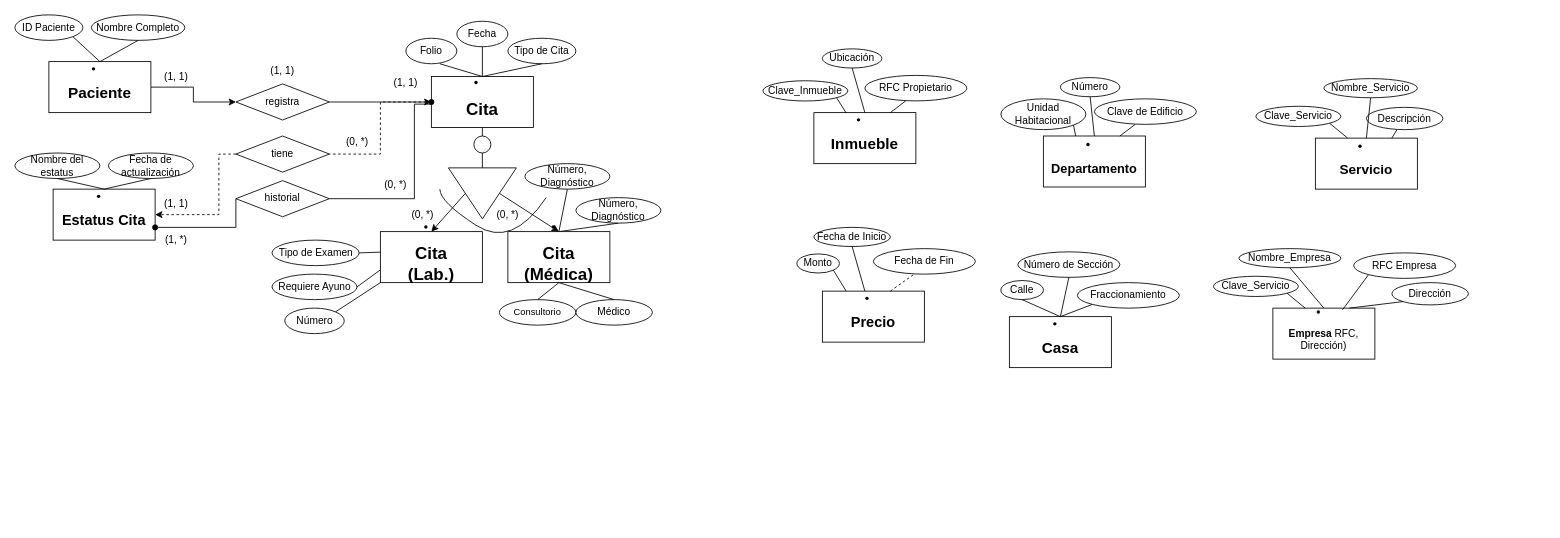
Above: Previo_P6.drawio in EstebanArellanesConde/Dise-os-E-R-Bases (draw.io), before the change. Source tidied: cells renumbered, new cells numbered last; positions are measured from the earlier drawing's top-left corner, leaving out a move shared by most shapes. Both pictures are drawn from the tidied source at 85%, with x=0, y=0 at pixel (14, 14).
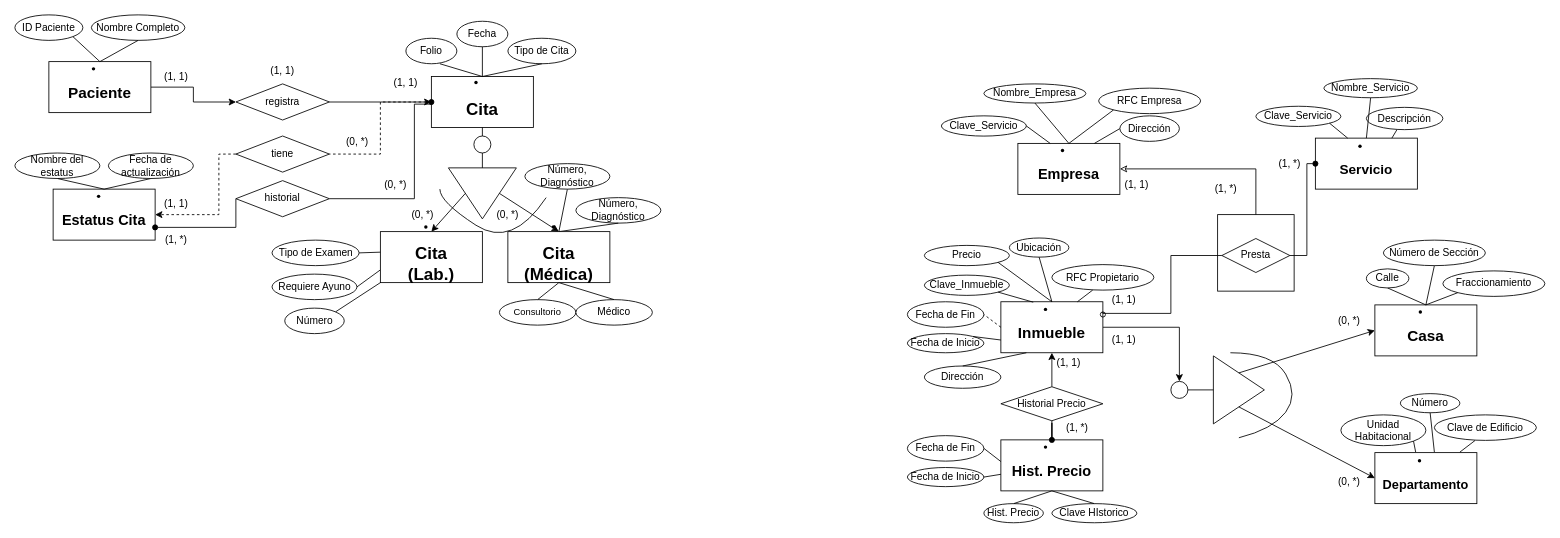
The same diagram, later.

Unchanged cells that the change refers to:
```xml
<mxCell id="64" value="&lt;li class=&quot;&quot;&gt;&lt;p class=&quot;&quot;&gt;&lt;font style=&quot;font-size: 16px;&quot;&gt;&lt;strong&gt;Servicio&lt;/strong&gt;&lt;/font&gt;&lt;/p&gt;&lt;/li&gt;" style="whiteSpace=wrap;html=1;" parent="1" vertex="1">
  <mxGeometry x="1530" y="145" width="120" height="60" as="geometry" />
</mxCell>
```

Change to the diagram source:
```diff
@@
+    <mxCell id="105" style="whiteSpace=wrap;html=1;" parent="1" vertex="1">
+      <mxGeometry x="1415" y="235" width="90" height="90" as="geometry" />
+    </mxCell>
@@
+    <mxCell id="106" style="edgeStyle=orthogonalEdgeStyle;rounded=0;jettySize=auto;html=1;" parent="1" edge="1" source="61" target="136">
+      <mxGeometry relative="1" as="geometry" />
+    </mxCell>
     <mxCell id="61" value="&lt;li class=&quot;&quot;&gt;&lt;p class=&quot;&quot;&gt;&lt;strong&gt;&lt;font style=&quot;font-size: 18px;&quot;&gt;Inmueble&lt;/font&gt;&lt;/strong&gt;&lt;/p&gt;&lt;/li&gt;" style="whiteSpace=wrap;html=1;" parent="1" vertex="1">
-      <mxGeometry x="940" y="115" width="120" height="60" as="geometry" />
+      <mxGeometry x="1160" y="337.5" width="120" height="60" as="geometry" />
     </mxCell>
     <mxCell id="62" value="&lt;li class=&quot;&quot;&gt;&lt;p class=&quot;&quot;&gt;&lt;font style=&quot;font-size: 18px;&quot;&gt;&lt;strong&gt;Casa&lt;/strong&gt;&lt;/font&gt;&lt;/p&gt;&lt;/li&gt;" style="whiteSpace=wrap;html=1;" parent="1" vertex="1">
-      <mxGeometry x="1170" y="355" width="120" height="60" as="geometry" />
+      <mxGeometry x="1600" y="341.2" width="120" height="60" as="geometry" />
     </mxCell>
-    <mxCell id="63" value="&lt;li class=&quot;&quot;&gt;&lt;p class=&quot;&quot;&gt;&lt;strong&gt;&lt;font style=&quot;font-size: 17px;&quot;&gt;Precio&lt;/font&gt;&lt;/strong&gt;&lt;/p&gt;&lt;/li&gt;" style="whiteSpace=wrap;html=1;" parent="1" vertex="1">
-      <mxGeometry x="950" y="325" width="120" height="60" as="geometry" />
+    <mxCell id="63" value="&lt;li class=&quot;&quot;&gt;&lt;p class=&quot;&quot;&gt;&lt;strong&gt;&lt;font style=&quot;font-size: 17px;&quot;&gt;Hist. Precio&lt;/font&gt;&lt;/strong&gt;&lt;/p&gt;&lt;/li&gt;" style="whiteSpace=wrap;html=1;" parent="1" vertex="1">
+      <mxGeometry x="1160" y="500" width="120" height="60" as="geometry" />
     </mxCell>
@@
     <mxCell id="65" value="&lt;li class=&quot;&quot;&gt;&lt;p class=&quot;&quot;&gt;&lt;font style=&quot;font-size: 15px;&quot;&gt;&lt;strong&gt;Departamento&lt;/strong&gt;&lt;/font&gt;&lt;/p&gt;&lt;/li&gt;" style="whiteSpace=wrap;html=1;" parent="1" vertex="1">
-      <mxGeometry x="1210" y="142.5" width="120" height="60" as="geometry" />
+      <mxGeometry x="1600" y="515" width="120" height="60" as="geometry" />
     </mxCell>
+    <mxCell id="107" style="edgeStyle=orthogonalEdgeStyle;rounded=0;jettySize=auto;html=1;startArrow=classic;startFill=0;endArrow=none;" parent="1" edge="1" source="66" target="105">
+      <mxGeometry relative="1" as="geometry" />
+    </mxCell>
-    <mxCell id="66" value="&lt;li class=&quot;&quot;&gt;&lt;p class=&quot;&quot;&gt;&lt;strong&gt;Empresa&lt;/strong&gt; RFC, Dirección)&lt;/p&gt;&lt;/li&gt;" style="whiteSpace=wrap;html=1;" parent="1" vertex="1">
-      <mxGeometry x="1480" y="345" width="120" height="60" as="geometry" />
+    <mxCell id="66" value="&lt;li class=&quot;&quot;&gt;&lt;p class=&quot;&quot;&gt;&lt;strong&gt;&lt;font style=&quot;font-size: 17px;&quot;&gt;Empresa&lt;/font&gt;&lt;/strong&gt;&lt;/p&gt;&lt;/li&gt;" style="whiteSpace=wrap;html=1;" parent="1" vertex="1">
+      <mxGeometry x="1180" y="151.2" width="120" height="60" as="geometry" />
     </mxCell>
     <mxCell id="67" value="Clave_Inmueble" style="ellipse;whiteSpace=wrap;html=1;" parent="1" vertex="1">
-      <mxGeometry x="880" y="77.5" width="100" height="23.8" as="geometry" />
+      <mxGeometry x="1070" y="306.2" width="100" height="23.8" as="geometry" />
     </mxCell>
     <mxCell id="68" value="Ubicación" style="ellipse;whiteSpace=wrap;html=1;" parent="1" vertex="1">
-      <mxGeometry x="950" y="40" width="70" height="22.5" as="geometry" />
+      <mxGeometry x="1170" y="262.5" width="70" height="22.5" as="geometry" />
     </mxCell>
     <mxCell id="69" value="RFC Propietario" style="ellipse;whiteSpace=wrap;html=1;" parent="1" vertex="1">
-      <mxGeometry x="1000" y="71.2" width="120" height="30" as="geometry" />
+      <mxGeometry x="1220" y="293.8" width="120" height="30" as="geometry" />
     </mxCell>
@@
     <mxCell id="73" value="Unidad Habitacional" style="ellipse;whiteSpace=wrap;html=1;" parent="1" vertex="1">
-      <mxGeometry x="1160" y="98.8" width="100" height="36.2" as="geometry" />
+      <mxGeometry x="1560" y="470.6" width="100" height="36.2" as="geometry" />
     </mxCell>
     <mxCell id="74" value="Número" style="ellipse;whiteSpace=wrap;html=1;" parent="1" vertex="1">
-      <mxGeometry x="1230" y="73.8" width="70" height="22.5" as="geometry" />
+      <mxGeometry x="1630" y="445.6" width="70" height="22.5" as="geometry" />
     </mxCell>
     <mxCell id="75" value="Clave de Edificio" style="ellipse;whiteSpace=wrap;html=1;" parent="1" vertex="1">
-      <mxGeometry x="1270" y="98.8" width="120" height="30" as="geometry" />
+      <mxGeometry x="1670" y="470.6" width="120" height="30" as="geometry" />
     </mxCell>
     <mxCell id="76" style="endArrow=none;html=1;rounded=0;entryX=0.4;entryY=1;entryDx=0;entryDy=0;entryPerimeter=0;exitX=0.75;exitY=0;exitDx=0;exitDy=0;" parent="1" edge="1" target="75">
       <mxGeometry relative="1" as="geometry">
-        <mxPoint x="1300" y="142.5" as="sourcePoint" />
+        <mxPoint x="1700" y="514.4" as="sourcePoint" />
       </mxGeometry>
     </mxCell>
     <mxCell id="77" style="endArrow=none;html=1;rounded=0;entryX=0.5;entryY=1;entryDx=0;entryDy=0;exitX=0.5;exitY=0;exitDx=0;exitDy=0;" parent="1" edge="1" target="74">
       <mxGeometry relative="1" as="geometry">
-        <mxPoint x="1270" y="142.5" as="sourcePoint" />
+        <mxPoint x="1670" y="514.4" as="sourcePoint" />
       </mxGeometry>
     </mxCell>
     <mxCell id="78" style="endArrow=none;html=1;rounded=0;entryX=1;entryY=1;entryDx=0;entryDy=0;exitX=0.317;exitY=0.008;exitDx=0;exitDy=0;exitPerimeter=0;" parent="1" edge="1" target="73">
       <mxGeometry relative="1" as="geometry">
-        <mxPoint x="1248" y="142.5" as="sourcePoint" />
+        <mxPoint x="1648" y="514.4" as="sourcePoint" />
       </mxGeometry>
     </mxCell>
-    <mxCell id="79" value="Monto" style="ellipse;whiteSpace=wrap;html=1;" parent="1" vertex="1">
-      <mxGeometry x="920" y="281.2" width="50" height="22.5" as="geometry" />
+    <mxCell id="79" value="Hist. Precio" style="ellipse;whiteSpace=wrap;html=1;" parent="1" vertex="1">
+      <mxGeometry x="1140" y="575" width="70" height="22.5" as="geometry" />
     </mxCell>
     <mxCell id="80" value="Fecha de Inicio" style="ellipse;whiteSpace=wrap;html=1;" parent="1" vertex="1">
-      <mxGeometry x="940" y="250" width="90" height="22.5" as="geometry" />
+      <mxGeometry x="1050" y="375" width="90" height="22.5" as="geometry" />
     </mxCell>
     <mxCell id="81" value="Fecha de Fin" style="ellipse;whiteSpace=wrap;html=1;" parent="1" vertex="1">
-      <mxGeometry x="1010" y="275" width="120" height="30" as="geometry" />
+      <mxGeometry x="1050" y="337.5" width="90" height="30" as="geometry" />
     </mxCell>
-    <mxCell id="82" style="endArrow=none;html=1;rounded=0;entryX=0.4;entryY=1;entryDx=0;entryDy=0;entryPerimeter=0;exitX=0.75;exitY=0;exitDx=0;exitDy=0;dashed=1;" parent="1" edge="1" target="81">
-      <mxGeometry relative="1" as="geometry">
-        <mxPoint x="1030" y="325" as="sourcePoint" />
-      </mxGeometry>
+    <mxCell id="82" style="endArrow=none;html=1;rounded=0;entryX=1;entryY=0.5;entryDx=0;entryDy=0;exitX=0;exitY=0.5;exitDx=0;exitDy=0;dashed=1;" parent="1" edge="1" source="61" target="81">
+      <mxGeometry relative="1" as="geometry" />
     </mxCell>
-    <mxCell id="83" style="endArrow=none;html=1;rounded=0;entryX=0.5;entryY=1;entryDx=0;entryDy=0;exitX=0.5;exitY=0;exitDx=0;exitDy=0;" parent="1" edge="1" target="80">
-      <mxGeometry relative="1" as="geometry">
-        <mxPoint x="1000" y="325" as="sourcePoint" />
-      </mxGeometry>
+    <mxCell id="83" style="endArrow=none;html=1;rounded=0;entryX=1;entryY=0;entryDx=0;entryDy=0;exitX=0;exitY=0.75;exitDx=0;exitDy=0;" parent="1" edge="1" source="61" target="80">
+      <mxGeometry relative="1" as="geometry" />
     </mxCell>
-    <mxCell id="84" style="endArrow=none;html=1;rounded=0;entryX=1;entryY=1;entryDx=0;entryDy=0;exitX=0.317;exitY=0.008;exitDx=0;exitDy=0;exitPerimeter=0;" parent="1" edge="1" target="79">
-      <mxGeometry relative="1" as="geometry">
-        <mxPoint x="978" y="325" as="sourcePoint" />
-      </mxGeometry>
+    <mxCell id="84" style="endArrow=none;html=1;rounded=0;entryX=0.5;entryY=0;entryDx=0;entryDy=0;exitX=0.5;exitY=1;exitDx=0;exitDy=0;" parent="1" edge="1" source="63" target="79">
+      <mxGeometry relative="1" as="geometry" />
     </mxCell>
     <mxCell id="85" value="Calle" style="ellipse;whiteSpace=wrap;html=1;" parent="1" vertex="1">
-      <mxGeometry x="1160" y="312.5" width="50" height="22.5" as="geometry" />
+      <mxGeometry x="1590" y="298.8" width="50" height="22.5" as="geometry" />
     </mxCell>
     <mxCell id="86" value="Número de Sección" style="ellipse;whiteSpace=wrap;html=1;" parent="1" vertex="1">
-      <mxGeometry x="1180" y="278.8" width="120" height="30" as="geometry" />
+      <mxGeometry x="1610" y="265" width="120" height="30" as="geometry" />
     </mxCell>
     <mxCell id="87" value="Fraccionamiento" style="ellipse;whiteSpace=wrap;html=1;" parent="1" vertex="1">
-      <mxGeometry x="1250" y="315" width="120" height="30" as="geometry" />
+      <mxGeometry x="1680" y="301.2" width="120" height="30" as="geometry" />
     </mxCell>
@@
     <mxCell id="97" value="Clave_Servicio" style="ellipse;whiteSpace=wrap;html=1;" parent="1" vertex="1">
-      <mxGeometry x="1410" y="307.5" width="100" height="23.8" as="geometry" />
+      <mxGeometry x="1090" y="118.8" width="100" height="23.8" as="geometry" />
     </mxCell>
     <mxCell id="98" value="&lt;div&gt;Nombre_Empresa&lt;/div&gt;" style="ellipse;whiteSpace=wrap;html=1;" parent="1" vertex="1">
-      <mxGeometry x="1440" y="275" width="120" height="22.5" as="geometry" />
+      <mxGeometry x="1140" y="81.2" width="120" height="22.5" as="geometry" />
     </mxCell>
     <mxCell id="99" value="Dirección" style="ellipse;whiteSpace=wrap;html=1;" parent="1" vertex="1">
-      <mxGeometry x="1620" y="315" width="90" height="26.2" as="geometry" />
+      <mxGeometry x="1070" y="413.1" width="90" height="26.2" as="geometry" />
     </mxCell>
-    <mxCell id="100" style="endArrow=none;html=1;rounded=0;entryX=0;entryY=1;entryDx=0;entryDy=0;exitX=0.75;exitY=0;exitDx=0;exitDy=0;" parent="1" edge="1" target="99">
+    <mxCell id="100" style="endArrow=none;html=1;rounded=0;exitX=0.75;exitY=0;exitDx=0;exitDy=0;entryX=0;entryY=0.5;entryDx=0;entryDy=0;" parent="1" edge="1" target="120">
       <mxGeometry relative="1" as="geometry">
-        <mxPoint x="1570" y="345" as="sourcePoint" />
+        <mxPoint x="1270" y="151.2" as="sourcePoint" />
       </mxGeometry>
     </mxCell>
     <mxCell id="101" style="endArrow=none;html=1;rounded=0;entryX=0.5;entryY=1;entryDx=0;entryDy=0;exitX=0.5;exitY=0;exitDx=0;exitDy=0;" parent="1" edge="1" target="98">
       <mxGeometry relative="1" as="geometry">
-        <mxPoint x="1540" y="345" as="sourcePoint" />
+        <mxPoint x="1240" y="151.2" as="sourcePoint" />
       </mxGeometry>
     </mxCell>
-    <mxCell id="102" style="endArrow=none;html=1;rounded=0;entryX=1;entryY=1;entryDx=0;entryDy=0;exitX=0.317;exitY=0.008;exitDx=0;exitDy=0;exitPerimeter=0;" parent="1" edge="1" target="97">
+    <mxCell id="102" style="endArrow=none;html=1;rounded=0;entryX=1;entryY=0.5;entryDx=0;entryDy=0;exitX=0.317;exitY=0.008;exitDx=0;exitDy=0;exitPerimeter=0;" parent="1" edge="1" target="97">
       <mxGeometry relative="1" as="geometry">
-        <mxPoint x="1518" y="345" as="sourcePoint" />
+        <mxPoint x="1218" y="151.2" as="sourcePoint" />
       </mxGeometry>
     </mxCell>
     <mxCell id="103" value="RFC Empresa" style="ellipse;whiteSpace=wrap;html=1;" parent="1" vertex="1">
-      <mxGeometry x="1575" y="280" width="120" height="30" as="geometry" />
+      <mxGeometry x="1275" y="86.2" width="120" height="30" as="geometry" />
     </mxCell>
-    <mxCell id="104" style="endArrow=none;html=1;rounded=0;entryX=0;entryY=1;entryDx=0;entryDy=0;exitX=0.683;exitY=0.033;exitDx=0;exitDy=0;exitPerimeter=0;" parent="1" edge="1" source="66" target="103">
+    <mxCell id="104" style="endArrow=none;html=1;rounded=0;entryX=0;entryY=1;entryDx=0;entryDy=0;exitX=0.5;exitY=0;exitDx=0;exitDy=0;" parent="1" edge="1" source="66" target="103">
       <mxGeometry relative="1" as="geometry" />
     </mxCell>
+    <mxCell id="108" style="edgeStyle=orthogonalEdgeStyle;rounded=0;jettySize=auto;html=1;exitX=0.5;exitY=0;exitDx=0;exitDy=0;entryX=0.5;entryY=1;entryDx=0;entryDy=0;" parent="1" edge="1" source="110" target="61">
+      <mxGeometry relative="1" as="geometry" />
+    </mxCell>
+    <mxCell id="109" style="edgeStyle=orthogonalEdgeStyle;rounded=0;jettySize=auto;html=1;exitX=0.5;exitY=1;exitDx=0;exitDy=0;endArrow=oval;startFill=0;startArrow=none;endFill=1;" parent="1" edge="1" source="110" target="63">
+      <mxGeometry relative="1" as="geometry" />
+    </mxCell>
+    <mxCell id="110" value="Historial Precio" style="rhombus;whiteSpace=wrap;html=1;" parent="1" vertex="1">
+      <mxGeometry x="1160" y="437.5" width="120" height="40" as="geometry" />
+    </mxCell>
+    <mxCell id="111" value="Precio" style="ellipse;whiteSpace=wrap;html=1;" parent="1" vertex="1">
+      <mxGeometry x="1070" y="271.2" width="100" height="23.8" as="geometry" />
+    </mxCell>
+    <mxCell id="112" style="endArrow=none;html=1;rounded=0;entryX=1;entryY=1;entryDx=0;entryDy=0;exitX=0.5;exitY=0;exitDx=0;exitDy=0;" parent="1" edge="1" source="61" target="111">
+      <mxGeometry relative="1" as="geometry" />
+    </mxCell>
+    <mxCell id="113" style="edgeStyle=orthogonalEdgeStyle;rounded=0;jettySize=auto;html=1;exitX=1;exitY=0.25;exitDx=0;exitDy=0;entryX=0;entryY=0.5;entryDx=0;entryDy=0;startArrow=oval;startFill=0;endArrow=none;" parent="1" edge="1" source="61" target="117">
+      <mxGeometry relative="1" as="geometry">
+        <Array as="points">
+          <mxPoint x="1280" y="351.2" />
+          <mxPoint x="1360" y="351.2" />
+          <mxPoint x="1360" y="283.2" />
+        </Array>
+      </mxGeometry>
+    </mxCell>
+    <mxCell id="114" value="(1, 1)" style="text;html=1;align=center;verticalAlign=middle;whiteSpace=wrap;rounded=0;" parent="1" vertex="1">
+      <mxGeometry x="1275" y="321.2" width="60" height="30" as="geometry" />
+    </mxCell>
+    <mxCell id="115" value="(1, *)" style="text;html=1;align=center;verticalAlign=middle;whiteSpace=wrap;rounded=0;" parent="1" vertex="1">
+      <mxGeometry x="1220" y="470.6" width="60" height="30" as="geometry" />
+    </mxCell>
+    <mxCell id="116" style="edgeStyle=orthogonalEdgeStyle;rounded=0;jettySize=auto;html=1;exitX=1;exitY=0.5;exitDx=0;exitDy=0;entryX=0;entryY=0.5;entryDx=0;entryDy=0;endArrow=oval;endFill=1;" parent="1" edge="1" source="117" target="64">
+      <mxGeometry relative="1" as="geometry">
+        <Array as="points">
+          <mxPoint x="1520" y="283" />
+          <mxPoint x="1520" y="175" />
+        </Array>
+      </mxGeometry>
+    </mxCell>
+    <mxCell id="117" value="Presta" style="rhombus;whiteSpace=wrap;html=1;" parent="1" vertex="1">
+      <mxGeometry x="1420" y="263.1" width="80" height="40" as="geometry" />
+    </mxCell>
+    <mxCell id="118" value="(1, *)" style="text;html=1;align=center;verticalAlign=middle;whiteSpace=wrap;rounded=0;" parent="1" vertex="1">
+      <mxGeometry x="1395" y="190" width="60" height="30" as="geometry" />
+    </mxCell>
+    <mxCell id="119" value="(1, 1)" style="text;html=1;align=center;verticalAlign=middle;whiteSpace=wrap;rounded=0;" parent="1" vertex="1">
+      <mxGeometry x="1290" y="185" width="60" height="30" as="geometry" />
+    </mxCell>
+    <mxCell id="120" value="Dirección" style="ellipse;whiteSpace=wrap;html=1;" parent="1" vertex="1">
+      <mxGeometry x="1300" y="118.8" width="70" height="30" as="geometry" />
+    </mxCell>
+    <mxCell id="121" value="Clave HIstorico" style="ellipse;whiteSpace=wrap;html=1;" parent="1" vertex="1">
+      <mxGeometry x="1220" y="575" width="100" height="22.5" as="geometry" />
+    </mxCell>
+    <mxCell id="122" style="endArrow=none;html=1;rounded=0;entryX=0.5;entryY=0;entryDx=0;entryDy=0;exitX=0.5;exitY=1;exitDx=0;exitDy=0;" parent="1" edge="1" source="63" target="121">
+      <mxGeometry relative="1" as="geometry" />
+    </mxCell>
+    <mxCell id="123" value="Fecha de Inicio" style="ellipse;whiteSpace=wrap;html=1;" parent="1" vertex="1">
+      <mxGeometry x="1050" y="532.5" width="90" height="22.5" as="geometry" />
+    </mxCell>
+    <mxCell id="124" value="Fecha de Fin" style="ellipse;whiteSpace=wrap;html=1;" parent="1" vertex="1">
+      <mxGeometry x="1050" y="495" width="90" height="30" as="geometry" />
+    </mxCell>
+    <mxCell id="125" style="endArrow=none;html=1;rounded=0;entryX=1;entryY=0.5;entryDx=0;entryDy=0;exitX=0;exitY=0.5;exitDx=0;exitDy=0;" parent="1" edge="1" target="124">
+      <mxGeometry relative="1" as="geometry">
+        <mxPoint x="1160" y="525.5" as="sourcePoint" />
+      </mxGeometry>
+    </mxCell>
+    <mxCell id="126" style="endArrow=none;html=1;rounded=0;entryX=1;entryY=0.5;entryDx=0;entryDy=0;exitX=0;exitY=0.75;exitDx=0;exitDy=0;" parent="1" edge="1" target="123">
+      <mxGeometry relative="1" as="geometry">
+        <mxPoint x="1160" y="540.5" as="sourcePoint" />
+      </mxGeometry>
+    </mxCell>
+    <mxCell id="127" style="endArrow=none;html=1;rounded=0;entryX=0.5;entryY=0;entryDx=0;entryDy=0;exitX=0.25;exitY=1;exitDx=0;exitDy=0;" parent="1" edge="1" source="61" target="99">
+      <mxGeometry relative="1" as="geometry" />
+    </mxCell>
+    <mxCell id="128" style="triangle;whiteSpace=wrap;html=1;" parent="1" vertex="1">
+      <mxGeometry x="1410" y="401.2" width="60" height="80" as="geometry" />
+    </mxCell>
+    <mxCell id="129" style="endArrow=classic;html=1;rounded=0;exitX=0.5;exitY=0;exitDx=0;exitDy=0;entryX=0;entryY=0.5;entryDx=0;entryDy=0;startArrow=none;startFill=0;endFill=1;" parent="1" edge="1" source="128" target="62">
+      <mxGeometry relative="1" as="geometry" />
+    </mxCell>
+    <mxCell id="130" style="endArrow=classic;html=1;rounded=0;exitX=0.5;exitY=1;exitDx=0;exitDy=0;entryX=0;entryY=0.5;entryDx=0;entryDy=0;endFill=1;" parent="1" edge="1" source="128" target="65">
+      <mxGeometry relative="1" as="geometry" />
+    </mxCell>
+    <mxCell id="131" value="(1, *)" style="text;html=1;align=center;verticalAlign=middle;whiteSpace=wrap;rounded=0;" parent="1" vertex="1">
+      <mxGeometry x="1470" y="160" width="60" height="30" as="geometry" />
+    </mxCell>
+    <mxCell id="132" value="(0, *)" style="text;html=1;align=center;verticalAlign=middle;whiteSpace=wrap;rounded=0;" parent="1" vertex="1">
+      <mxGeometry x="1540" y="345" width="60" height="30" as="geometry" />
+    </mxCell>
+    <mxCell id="133" value="(0, *)" style="text;html=1;align=center;verticalAlign=middle;whiteSpace=wrap;rounded=0;" parent="1" vertex="1">
+      <mxGeometry x="1540" y="535" width="60" height="30" as="geometry" />
+    </mxCell>
+    <mxCell id="134" style="curved=1;endArrow=none;html=1;rounded=0;startFill=0;" parent="1" edge="1">
+      <mxGeometry relative="1" as="geometry">
+        <mxPoint x="1440" y="497.5" as="sourcePoint" />
+        <mxPoint x="1430" y="397.5" as="targetPoint" />
+        <Array as="points">
+          <mxPoint x="1480" y="487.5" />
+          <mxPoint x="1510" y="447.5" />
+          <mxPoint x="1480" y="397.5" />
+        </Array>
+      </mxGeometry>
+    </mxCell>
+    <mxCell id="135" style="edgeStyle=orthogonalEdgeStyle;rounded=0;jettySize=auto;html=1;exitX=1;exitY=0.5;exitDx=0;exitDy=0;entryX=0;entryY=0.5;entryDx=0;entryDy=0;endArrow=none;startFill=0;" parent="1" edge="1" source="136" target="128">
+      <mxGeometry relative="1" as="geometry" />
+    </mxCell>
+    <mxCell id="136" style="ellipse;whiteSpace=wrap;html=1;" parent="1" vertex="1">
+      <mxGeometry x="1360" y="431.2" width="20" height="20" as="geometry" />
+    </mxCell>
+    <mxCell id="137" value="(1, 1)" style="text;html=1;align=center;verticalAlign=middle;whiteSpace=wrap;rounded=0;" parent="1" vertex="1">
+      <mxGeometry x="1210" y="395" width="60" height="30" as="geometry" />
+    </mxCell>
+    <mxCell id="138" value="(1, 1)" style="text;html=1;align=center;verticalAlign=middle;whiteSpace=wrap;rounded=0;" parent="1" vertex="1">
+      <mxGeometry x="1275" y="367.5" width="60" height="30" as="geometry" />
+    </mxCell>
```
